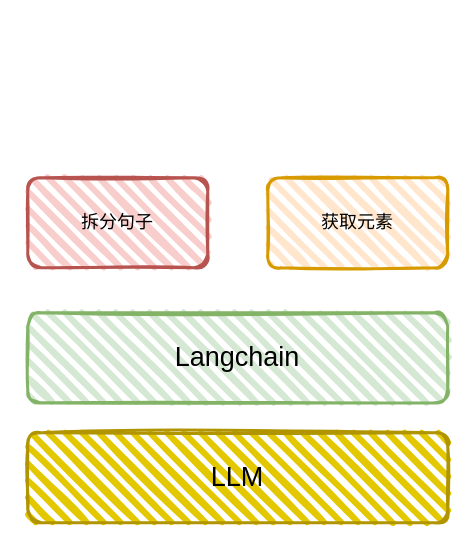
Earlier version of the draw.io diagram 架构图.drawio (gjf610/my-blog). Source tidied: cells renumbered, new cells numbered last; positions are measured from the earlier drawing's top-left corner, leaving out a move shared by most shapes. Both pictures are drawn from the tidied source at 150%, with x=0, y=0 at pixel (27, 177).
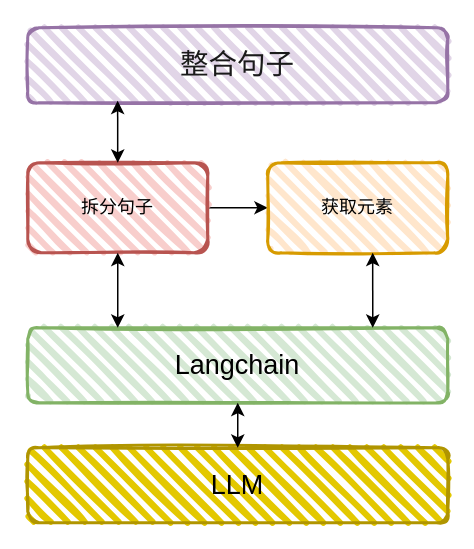
Above is the later version.

Commit message (it also covers changes not shown here):
更新架构图.drawio

The edit, as a diff of the source:
```diff
@@
 <mxGraphModel>
   <root>
     <mxCell id="0" />
     <mxCell id="1" parent="0" />
     <mxCell id="2" value="&lt;font style=&quot;font-size: 18px;&quot;&gt;LLM&lt;/font&gt;" style="rounded=1;whiteSpace=wrap;html=1;strokeWidth=2;fillWeight=4;hachureGap=8;hachureAngle=45;fillColor=#e3c800;sketch=1;fontColor=#000000;strokeColor=#B09500;" parent="1" vertex="1">
-      <mxGeometry y="170" width="280" height="60" as="geometry" />
+      <mxGeometry y="180" width="280" height="50" as="geometry" />
     </mxCell>
     <mxCell id="3" value="&lt;span style=&quot;font-size: 18px;&quot;&gt;Langchain&lt;/span&gt;" style="rounded=1;whiteSpace=wrap;html=1;strokeWidth=2;fillWeight=4;hachureGap=8;hachureAngle=45;fillColor=#d5e8d4;sketch=1;strokeColor=#82b366;" parent="1" vertex="1">
-      <mxGeometry y="90" width="280" height="60" as="geometry" />
+      <mxGeometry y="100" width="280" height="50" as="geometry" />
     </mxCell>
+    <mxCell id="6" style="edgeStyle=orthogonalEdgeStyle;rounded=0;jettySize=auto;html=1;entryX=0;entryY=0.5;entryDx=0;entryDy=0;" parent="1" edge="1" source="4" target="5">
+      <mxGeometry relative="1" as="geometry" />
+    </mxCell>
     <mxCell id="4" value="拆分句子" style="rounded=1;whiteSpace=wrap;html=1;strokeWidth=2;fillWeight=4;hachureGap=8;hachureAngle=45;fillColor=#f8cecc;sketch=1;strokeColor=#b85450;" parent="1" vertex="1">
-      <mxGeometry width="120" height="60" as="geometry" />
+      <mxGeometry y="-10" width="120" height="60" as="geometry" />
     </mxCell>
     <mxCell id="5" value="获取元素" style="rounded=1;whiteSpace=wrap;html=1;strokeWidth=2;fillWeight=4;hachureGap=8;hachureAngle=45;fillColor=#ffe6cc;sketch=1;strokeColor=#d79b00;" parent="1" vertex="1">
-      <mxGeometry x="160" width="120" height="60" as="geometry" />
+      <mxGeometry x="160" y="-10" width="120" height="60" as="geometry" />
     </mxCell>
+    <mxCell id="7" value="&lt;font color=&quot;#1a1a1a&quot; style=&quot;font-size: 19px;&quot;&gt;整合句子&lt;/font&gt;" style="rounded=1;whiteSpace=wrap;html=1;strokeWidth=2;fillWeight=4;hachureGap=8;hachureAngle=45;fillColor=#e1d5e7;sketch=1;strokeColor=#9673a6;" parent="1" vertex="1">
+      <mxGeometry y="-100" width="280" height="50" as="geometry" />
+    </mxCell>
+    <mxCell id="8" style="endArrow=classic;startArrow=classic;html=1;rounded=0;entryX=0.5;entryY=1;entryDx=0;entryDy=0;exitX=0.5;exitY=0;exitDx=0;exitDy=0;" parent="1" edge="1" source="2" target="3">
+      <mxGeometry relative="1" as="geometry" />
+    </mxCell>
+    <mxCell id="9" style="endArrow=classic;startArrow=classic;html=1;rounded=0;entryX=0.5;entryY=1;entryDx=0;entryDy=0;" parent="1" edge="1" target="4">
+      <mxGeometry relative="1" as="geometry">
+        <mxPoint x="60" y="100" as="sourcePoint" />
+      </mxGeometry>
+    </mxCell>
+    <mxCell id="10" style="endArrow=classic;startArrow=classic;html=1;rounded=0;entryX=0.583;entryY=1;entryDx=0;entryDy=0;entryPerimeter=0;" parent="1" edge="1" target="5">
+      <mxGeometry relative="1" as="geometry">
+        <mxPoint x="230" y="100" as="sourcePoint" />
+      </mxGeometry>
+    </mxCell>
+    <mxCell id="11" style="endArrow=classic;startArrow=classic;html=1;rounded=0;entryX=0.214;entryY=0.973;entryDx=0;entryDy=0;entryPerimeter=0;" parent="1" edge="1" target="7">
+      <mxGeometry relative="1" as="geometry">
+        <mxPoint x="60" y="-10" as="sourcePoint" />
+      </mxGeometry>
+    </mxCell>
   </root>
 </mxGraphModel>
```
